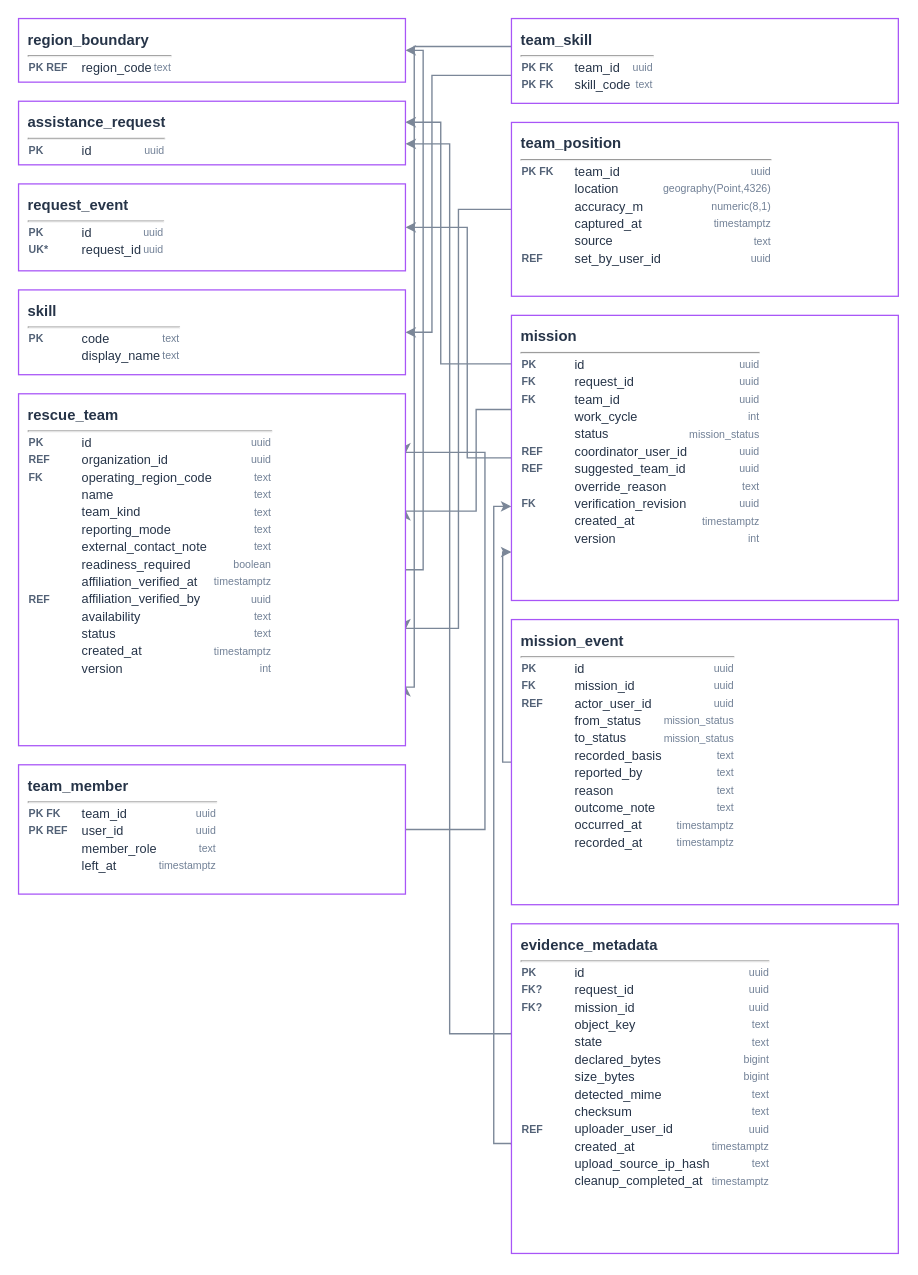
Before: docs/diagrams/erd/c48-erd-response-rescue.drawio in sangvirgo/disaster-relief-management, a draw.io diagram. Source tidied: cells renumbered, new cells numbered last; positions are measured from the earlier drawing's top-left corner, leaving out a move shared by most shapes. Both pictures are drawn from the tidied source at 106%, with x=0, y=0 at pixel (18, 18).
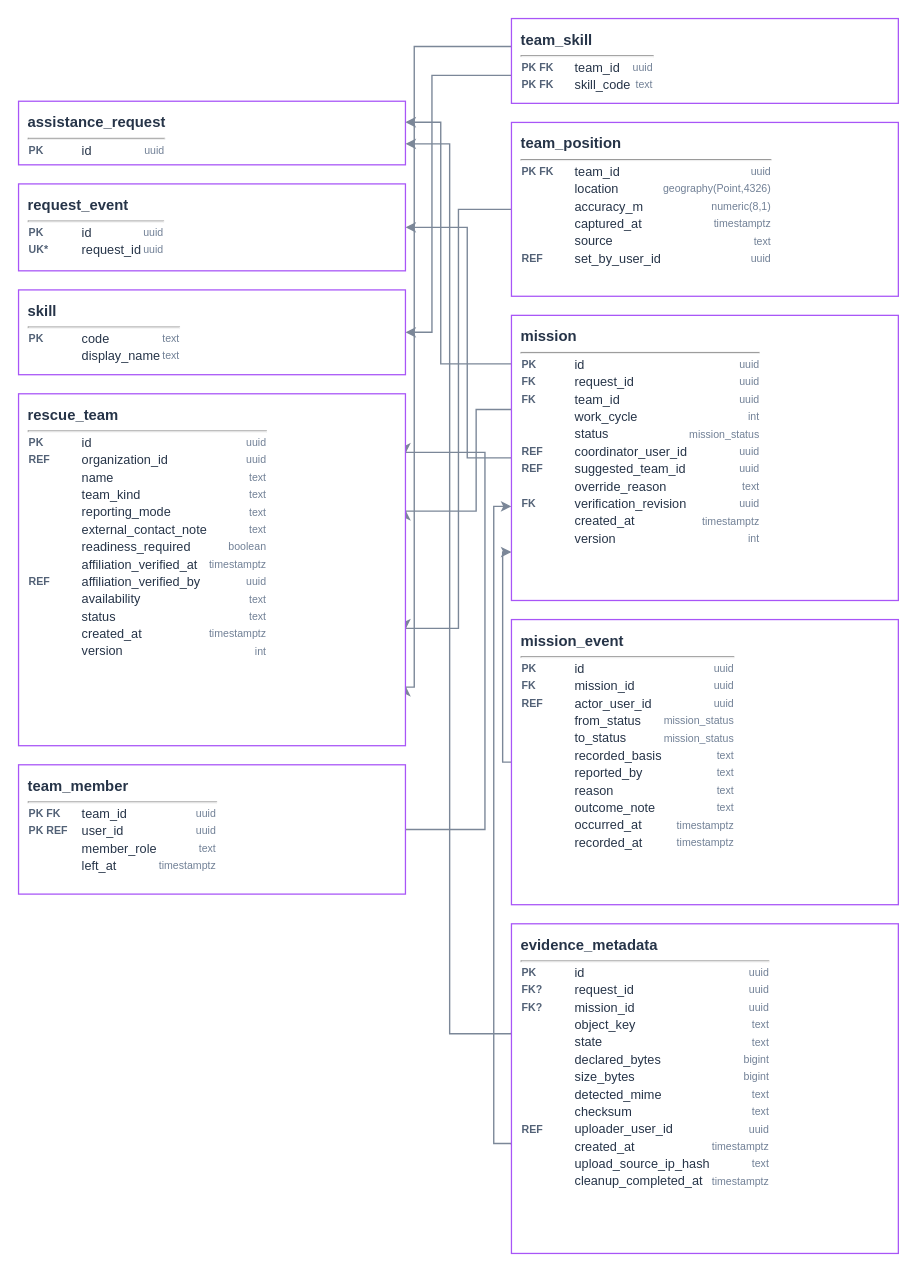
After the change.

What changed in the source:
```diff
@@
-    <mxCell id="6" style="edgeStyle=orthogonalEdgeStyle;rounded=0;jettySize=auto;html=1;strokeColor=#7B8798;strokeWidth=1.3;fontSize=10;fontColor=#40516A;labelBackgroundColor=#F4F7FB;exitX=1;exitY=0.5;exitDx=0;exitDy=0;entryX=1;entryY=0.5;entryDx=0;entryDy=0;" parent="1" edge="1" source="17" target="13">
-      <mxGeometry relative="1" as="geometry">
-        <Array as="points">
-          <mxPoint x="381.7" y="520" />
-          <mxPoint x="381.7" y="30" />
-        </Array>
-      </mxGeometry>
-    </mxCell>
@@
-    <mxCell id="13" value="&lt;div style='font-weight:bold;font-size:14px;padding-bottom:4px'&gt;region_boundary&lt;/div&gt;&lt;hr style='margin:2px 0'/&gt;&lt;table style='width:100%;border-collapse:collapse'&gt;&lt;tr&gt;&lt;td style='width:48px;color:#526176;font-size:10px;font-weight:bold'&gt;PK REF&lt;/td&gt;&lt;td style='font-size:12px'&gt;region_code&lt;/td&gt;&lt;td style='text-align:right;color:#718096;font-size:10px'&gt;text&lt;/td&gt;&lt;/tr&gt;&lt;/table&gt;" style="rounded=0;whiteSpace=wrap;html=1;align=left;verticalAlign=top;spacingLeft=7;spacingRight=7;spacingTop=5;overflow=hidden;fillColor=#FFFFFF;strokeColor=#A855F7;strokeWidth=1.2;fontColor=#263448;fontSize=12;" parent="1" vertex="1">
-      <mxGeometry width="365" height="60" as="geometry" />
-    </mxCell>
@@
-    <mxCell id="17" value="&lt;div style='font-weight:bold;font-size:14px;padding-bottom:4px'&gt;rescue_team&lt;/div&gt;&lt;hr style='margin:2px 0'/&gt;&lt;table style='width:100%;border-collapse:collapse'&gt;&lt;tr&gt;&lt;td style='width:48px;color:#526176;font-size:10px;font-weight:bold'&gt;PK&lt;/td&gt;&lt;td style='font-size:12px'&gt;id&lt;/td&gt;&lt;td style='text-align:right;color:#718096;font-size:10px'&gt;uuid&lt;/td&gt;&lt;/tr&gt;&lt;tr&gt;&lt;td style='width:48px;color:#526176;font-size:10px;font-weight:bold'&gt;REF&lt;/td&gt;&lt;td style='font-size:12px'&gt;organization_id&lt;/td&gt;&lt;td style='text-align:right;color:#718096;font-size:10px'&gt;uuid&lt;/td&gt;&lt;/tr&gt;&lt;tr&gt;&lt;td style='width:48px;color:#526176;font-size:10px;font-weight:bold'&gt;FK&lt;/td&gt;&lt;td style='font-size:12px'&gt;operating_region_code&lt;/td&gt;&lt;td style='text-align:right;color:#718096;font-size:10px'&gt;text&lt;/td&gt;&lt;/tr&gt;&lt;tr&gt;&lt;td style='width:48px;color:#526176;font-size:10px;font-weight:bold'&gt;&lt;/td&gt;&lt;td style='font-size:12px'&gt;name&lt;/td&gt;&lt;td style='text-align:right;color:#718096;font-size:10px'&gt;text&lt;/td&gt;&lt;/tr&gt;&lt;tr&gt;&lt;td style='width:48px;color:#526176;font-size:10px;font-weight:bold'&gt;&lt;/td&gt;&lt;td style='font-size:12px'&gt;team_kind&lt;/td&gt;&lt;td style='text-align:right;color:#718096;font-size:10px'&gt;text&lt;/td&gt;&lt;/tr&gt;&lt;tr&gt;&lt;td style='width:48px;color:#526176;font-size:10px;font-weight:bold'&gt;&lt;/td&gt;&lt;td style='font-size:12px'&gt;reporting_mode&lt;/td&gt;&lt;td style='text-align:right;color:#718096;font-size:10px'&gt;text&lt;/td&gt;&lt;/tr&gt;&lt;tr&gt;&lt;td style='width:48px;color:#526176;font-size:10px;font-weight:bold'&gt;&lt;/td&gt;&lt;td style='font-size:12px'&gt;external_contact_note&lt;/td&gt;&lt;td style='text-align:right;color:#718096;font-size:10px'&gt;text&lt;/td&gt;&lt;/tr&gt;&lt;tr&gt;&lt;td style='width:48px;color:#526176;font-size:10px;font-weight:bold'&gt;&lt;/td&gt;&lt;td style='font-size:12px'&gt;readiness_required&lt;/td&gt;&lt;td style='text-align:right;color:#718096;font-size:10px'&gt;boolean&lt;/td&gt;&lt;/tr&gt;&lt;tr&gt;&lt;td style='width:48px;color:#526176;font-size:10px;font-weight:bold'&gt;&lt;/td&gt;&lt;td style='font-size:12px'&gt;affiliation_verified_at&lt;/td&gt;&lt;td style='text-align:right;color:#718096;font-size:10px'&gt;timestamptz&lt;/td&gt;&lt;/tr&gt;&lt;tr&gt;&lt;td style='width:48px;color:#526176;font-size:10px;font-weight:bold'&gt;REF&lt;/td&gt;&lt;td style='font-size:12px'&gt;affiliation_verified_by&lt;/td&gt;&lt;td style='text-align:right;color:#718096;font-size:10px'&gt;uuid&lt;/td&gt;&lt;/tr&gt;&lt;tr&gt;&lt;td style='width:48px;color:#526176;font-size:10px;font-weight:bold'&gt;&lt;/td&gt;&lt;td style='font-size:12px'&gt;availability&lt;/td&gt;&lt;td style='text-align:right;color:#718096;font-size:10px'&gt;text&lt;/td&gt;&lt;/tr&gt;&lt;tr&gt;&lt;td style='width:48px;color:#526176;font-size:10px;font-weight:bold'&gt;&lt;/td&gt;&lt;td style='font-size:12px'&gt;status&lt;/td&gt;&lt;td style='text-align:right;color:#718096;font-size:10px'&gt;text&lt;/td&gt;&lt;/tr&gt;&lt;tr&gt;&lt;td style='width:48px;color:#526176;font-size:10px;font-weight:bold'&gt;&lt;/td&gt;&lt;td style='font-size:12px'&gt;created_at&lt;/td&gt;&lt;td style='text-align:right;color:#718096;font-size:10px'&gt;timestamptz&lt;/td&gt;&lt;/tr&gt;&lt;tr&gt;&lt;td style='width:48px;color:#526176;font-size:10px;font-weight:bold'&gt;&lt;/td&gt;&lt;td style='font-size:12px'&gt;version&lt;/td&gt;&lt;td style='text-align:right;color:#718096;font-size:10px'&gt;int&lt;/td&gt;&lt;/tr&gt;&lt;/table&gt;" style="rounded=0;whiteSpace=wrap;html=1;align=left;verticalAlign=top;spacingLeft=7;spacingRight=7;spacingTop=5;overflow=hidden;fillColor=#FFFFFF;strokeColor=#A855F7;strokeWidth=1.2;fontColor=#263448;fontSize=12;" parent="1" vertex="1">
+    <mxCell id="17" value="&lt;div style='font-weight:bold;font-size:14px;padding-bottom:4px'&gt;rescue_team&lt;/div&gt;&lt;hr style='margin:2px 0'/&gt;&lt;table style='width:100%;border-collapse:collapse'&gt;&lt;tr&gt;&lt;td style='width:48px;color:#526176;font-size:10px;font-weight:bold'&gt;PK&lt;/td&gt;&lt;td style='font-size:12px'&gt;id&lt;/td&gt;&lt;td style='text-align:right;color:#718096;font-size:10px'&gt;uuid&lt;/td&gt;&lt;/tr&gt;&lt;tr&gt;&lt;td style='width:48px;color:#526176;font-size:10px;font-weight:bold'&gt;REF&lt;/td&gt;&lt;td style='font-size:12px'&gt;organization_id&lt;/td&gt;&lt;td style='text-align:right;color:#718096;font-size:10px'&gt;uuid&lt;/td&gt;&lt;/tr&gt;&lt;tr&gt;&lt;td style='width:48px;color:#526176;font-size:10px;font-weight:bold'&gt;&lt;/td&gt;&lt;td style='font-size:12px'&gt;name&lt;/td&gt;&lt;td style='text-align:right;color:#718096;font-size:10px'&gt;text&lt;/td&gt;&lt;/tr&gt;&lt;tr&gt;&lt;td style='width:48px;color:#526176;font-size:10px;font-weight:bold'&gt;&lt;/td&gt;&lt;td style='font-size:12px'&gt;team_kind&lt;/td&gt;&lt;td style='text-align:right;color:#718096;font-size:10px'&gt;text&lt;/td&gt;&lt;/tr&gt;&lt;tr&gt;&lt;td style='width:48px;color:#526176;font-size:10px;font-weight:bold'&gt;&lt;/td&gt;&lt;td style='font-size:12px'&gt;reporting_mode&lt;/td&gt;&lt;td style='text-align:right;color:#718096;font-size:10px'&gt;text&lt;/td&gt;&lt;/tr&gt;&lt;tr&gt;&lt;td style='width:48px;color:#526176;font-size:10px;font-weight:bold'&gt;&lt;/td&gt;&lt;td style='font-size:12px'&gt;external_contact_note&lt;/td&gt;&lt;td style='text-align:right;color:#718096;font-size:10px'&gt;text&lt;/td&gt;&lt;/tr&gt;&lt;tr&gt;&lt;td style='width:48px;color:#526176;font-size:10px;font-weight:bold'&gt;&lt;/td&gt;&lt;td style='font-size:12px'&gt;readiness_required&lt;/td&gt;&lt;td style='text-align:right;color:#718096;font-size:10px'&gt;boolean&lt;/td&gt;&lt;/tr&gt;&lt;tr&gt;&lt;td style='width:48px;color:#526176;font-size:10px;font-weight:bold'&gt;&lt;/td&gt;&lt;td style='font-size:12px'&gt;affiliation_verified_at&lt;/td&gt;&lt;td style='text-align:right;color:#718096;font-size:10px'&gt;timestamptz&lt;/td&gt;&lt;/tr&gt;&lt;tr&gt;&lt;td style='width:48px;color:#526176;font-size:10px;font-weight:bold'&gt;REF&lt;/td&gt;&lt;td style='font-size:12px'&gt;affiliation_verified_by&lt;/td&gt;&lt;td style='text-align:right;color:#718096;font-size:10px'&gt;uuid&lt;/td&gt;&lt;/tr&gt;&lt;tr&gt;&lt;td style='width:48px;color:#526176;font-size:10px;font-weight:bold'&gt;&lt;/td&gt;&lt;td style='font-size:12px'&gt;availability&lt;/td&gt;&lt;td style='text-align:right;color:#718096;font-size:10px'&gt;text&lt;/td&gt;&lt;/tr&gt;&lt;tr&gt;&lt;td style='width:48px;color:#526176;font-size:10px;font-weight:bold'&gt;&lt;/td&gt;&lt;td style='font-size:12px'&gt;status&lt;/td&gt;&lt;td style='text-align:right;color:#718096;font-size:10px'&gt;text&lt;/td&gt;&lt;/tr&gt;&lt;tr&gt;&lt;td style='width:48px;color:#526176;font-size:10px;font-weight:bold'&gt;&lt;/td&gt;&lt;td style='font-size:12px'&gt;created_at&lt;/td&gt;&lt;td style='text-align:right;color:#718096;font-size:10px'&gt;timestamptz&lt;/td&gt;&lt;/tr&gt;&lt;tr&gt;&lt;td style='width:48px;color:#526176;font-size:10px;font-weight:bold'&gt;&lt;/td&gt;&lt;td style='font-size:12px'&gt;version&lt;/td&gt;&lt;td style='text-align:right;color:#718096;font-size:10px'&gt;int&lt;/td&gt;&lt;/tr&gt;&lt;/table&gt;" style="rounded=0;whiteSpace=wrap;html=1;align=left;verticalAlign=top;spacingLeft=7;spacingRight=7;spacingTop=5;overflow=hidden;fillColor=#FFFFFF;strokeColor=#A855F7;strokeWidth=1.2;fontColor=#263448;fontSize=12;" parent="1" vertex="1">
       <mxGeometry y="354" width="365" height="332" as="geometry" />
     </mxCell>
```
